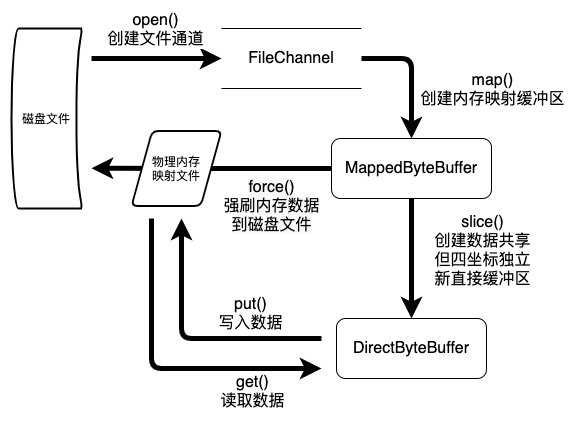
Above: nio_file.png in WesleyOne/mapper-file (draw.io), before the change. Source tidied: cells renumbered, new cells last; positions are measured from the earlier drawing's top-left corner, leaving out a move shared by most shapes.
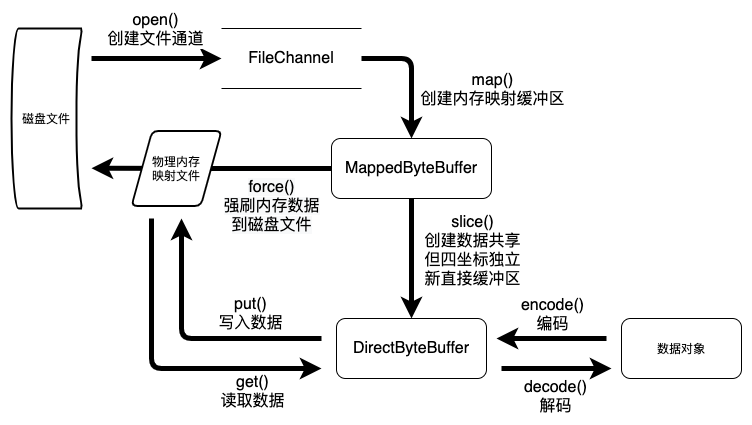
The same diagram one commit later.

The edit, as a diff of the source:
```diff
@@ -20,7 +20,7 @@
     </mxCell>
     <mxCell id="6" value="&lt;font style=&quot;font-size: 16px&quot;&gt;slice()&lt;br&gt;创建数据共享&lt;br&gt;但四坐标独立&lt;br&gt;新直接缓冲区&lt;br&gt;&lt;/font&gt;" style="edgeLabel;html=1;align=center;verticalAlign=middle;" parent="5" vertex="1">
       <mxGeometry x="-0.15" y="3" relative="1" as="geometry">
-        <mxPoint x="67" as="offset" />
+        <mxPoint x="57" as="offset" />
       </mxGeometry>
     </mxCell>
     <mxCell id="7" style="edgeStyle=orthogonalEdgeStyle;rounded=0;jettySize=auto;html=1;exitX=0;exitY=0.5;exitDx=0;exitDy=0;strokeWidth=5;" parent="1" edge="1" source="9">
@@ -75,5 +75,30 @@
         <mxPoint x="98" y="26" as="offset" />
       </mxGeometry>
     </mxCell>
+    <mxCell id="19" value="数据对象" style="rounded=1;whiteSpace=wrap;html=1;" parent="1" vertex="1">
+      <mxGeometry x="610" y="290" width="120" height="60" as="geometry" />
+    </mxCell>
+    <mxCell id="20" style="endArrow=classic;html=1;strokeWidth=5;" parent="1" edge="1">
+      <mxGeometry relative="1" as="geometry">
+        <mxPoint x="595" y="310" as="sourcePoint" />
+        <mxPoint x="485" y="310" as="targetPoint" />
+      </mxGeometry>
+    </mxCell>
+    <mxCell id="21" value="&lt;font style=&quot;font-size: 16px&quot;&gt;encode()&lt;br&gt;编码&lt;/font&gt;" style="edgeLabel;html=1;align=center;verticalAlign=middle;" parent="20" vertex="1">
+      <mxGeometry x="-0.02" y="-1" relative="1" as="geometry">
+        <mxPoint x="-1" y="-24" as="offset" />
+      </mxGeometry>
+    </mxCell>
+    <mxCell id="22" style="endArrow=classic;html=1;strokeWidth=5;" parent="1" edge="1">
+      <mxGeometry relative="1" as="geometry">
+        <mxPoint x="490" y="340" as="sourcePoint" />
+        <mxPoint x="600" y="340" as="targetPoint" />
+      </mxGeometry>
+    </mxCell>
+    <mxCell id="23" value="&lt;font style=&quot;font-size: 16px&quot;&gt;decode()&lt;br&gt;解码&lt;/font&gt;" style="edgeLabel;html=1;align=center;verticalAlign=middle;" parent="1" vertex="1">
+      <mxGeometry x="540" y="360" as="geometry">
+        <mxPoint x="3" y="7" as="offset" />
+      </mxGeometry>
+    </mxCell>
   </root>
 </mxGraphModel>
```
